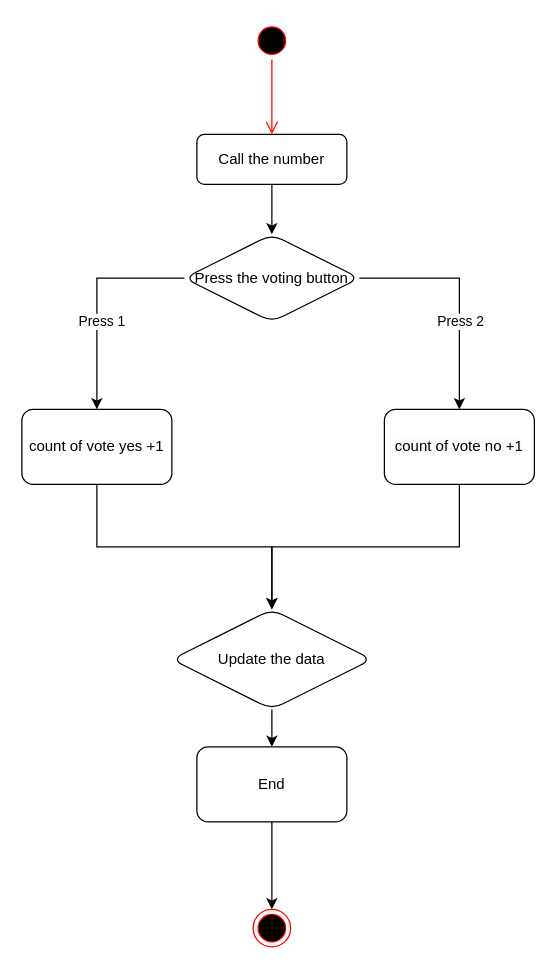
Before: vote service.drawio in Kryst4lskyxx/group8, a draw.io diagram. Source tidied: cells renumbered, new cells numbered last; positions are measured from the earlier drawing's top-left corner, leaving out a move shared by most shapes. Both pictures are drawn from the tidied source at 125%, with x=0, y=0 at pixel (21, 21).
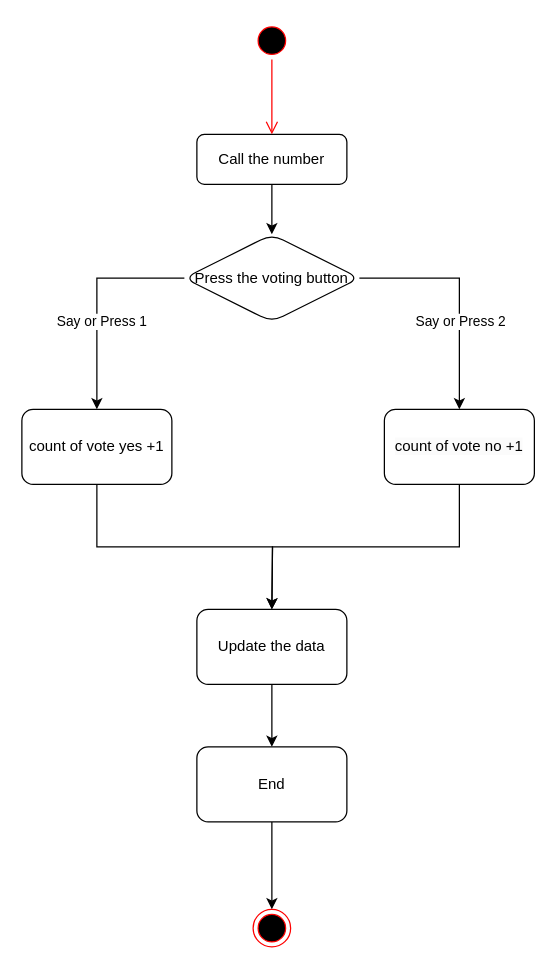
The same diagram, later.

Unchanged cells that the change refers to:
```xml
<mxCell id="4" style="edgeStyle=orthogonalEdgeStyle;rounded=0;jettySize=auto;html=1;" parent="1" edge="1" source="8" target="10">
  <mxGeometry relative="1" as="geometry" />
</mxCell>
<mxCell id="6" style="edgeStyle=orthogonalEdgeStyle;rounded=0;jettySize=auto;html=1;" parent="1" edge="1" source="8" target="11">
  <mxGeometry relative="1" as="geometry" />
</mxCell>
<mxCell id="10" value="count of vote yes +1" style="whiteSpace=wrap;html=1;rounded=1;glass=0;strokeWidth=1;shadow=0;" parent="1" vertex="1">
  <mxGeometry y="310" width="120" height="60" as="geometry" />
</mxCell>
<mxCell id="11" value="&lt;span style=&quot;color: rgb(0, 0, 0); font-family: Helvetica; font-size: 12px; font-style: normal; font-variant-ligatures: normal; font-variant-caps: normal; font-weight: 400; letter-spacing: normal; orphans: 2; text-align: center; text-indent: 0px; text-transform: none; widows: 2; word-spacing: 0px; -webkit-text-stroke-width: 0px; background-color: rgb(251, 251, 251); text-decoration-thickness: initial; text-decoration-style: initial; text-decoration-color: initial; float: none; display: inline !important;&quot;&gt;count of vote no +1&lt;/span&gt;" style="whiteSpace=wrap;html=1;rounded=1;glass=0;strokeWidth=1;shadow=0;" parent="1" vertex="1">
  <mxGeometry x="290" y="310" width="120" height="60" as="geometry" />
</mxCell>
```

What changed in the source:
```diff
@@
-    <mxCell id="5" value="Press 1" style="edgeLabel;html=1;align=center;verticalAlign=middle;" parent="4" vertex="1">
+    <mxCell id="5" value="Say or Press 1" style="edgeLabel;html=1;align=center;verticalAlign=middle;" parent="4" vertex="1">
       <mxGeometry x="0.19" y="3" relative="1" as="geometry" />
     </mxCell>
@@
-    <mxCell id="7" value="Press 2" style="edgeLabel;html=1;align=center;verticalAlign=middle;" parent="6" vertex="1">
+    <mxCell id="7" value="Say or Press 2" style="edgeLabel;html=1;align=center;verticalAlign=middle;" parent="6" vertex="1">
       <mxGeometry x="0.23" relative="1" as="geometry" />
     </mxCell>
@@
-    <mxCell id="9" style="edgeStyle=orthogonalEdgeStyle;rounded=0;jettySize=auto;html=1;" parent="1" edge="1" source="10" target="13">
-      <mxGeometry relative="1" as="geometry" />
+    <mxCell id="9" style="edgeStyle=orthogonalEdgeStyle;rounded=0;jettySize=auto;html=1;exitX=0.5;exitY=1;exitDx=0;exitDy=0;" parent="1" edge="1" source="10">
+      <mxGeometry relative="1" as="geometry">
+        <mxPoint x="200" y="470" as="targetPoint" />
+      </mxGeometry>
     </mxCell>
@@
-    <mxCell id="13" value="Update the data" style="rhombus;whiteSpace=wrap;html=1;rounded=1;glass=0;strokeWidth=1;shadow=0;" parent="1" vertex="1">
-      <mxGeometry x="120" y="470" width="160" height="80" as="geometry" />
-    </mxCell>
-    <mxCell id="14" style="edgeStyle=orthogonalEdgeStyle;rounded=0;jettySize=auto;html=1;exitX=0.5;exitY=1;exitDx=0;exitDy=0;entryX=0.5;entryY=0;entryDx=0;entryDy=0;" parent="1" edge="1" source="11" target="13">
-      <mxGeometry relative="1" as="geometry" />
+    <mxCell id="14" style="edgeStyle=orthogonalEdgeStyle;rounded=0;jettySize=auto;html=1;exitX=0.5;exitY=1;exitDx=0;exitDy=0;entryX=0.5;entryY=0;entryDx=0;entryDy=0;" parent="1" edge="1" source="11">
+      <mxGeometry relative="1" as="geometry">
+        <mxPoint x="200" y="470" as="targetPoint" />
+      </mxGeometry>
     </mxCell>
@@
+    <mxCell id="13" value="Update the data" style="whiteSpace=wrap;html=1;rounded=1;glass=0;strokeWidth=1;shadow=0;" parent="1" vertex="1">
+      <mxGeometry x="140" y="470" width="120" height="60" as="geometry" />
+    </mxCell>
```
